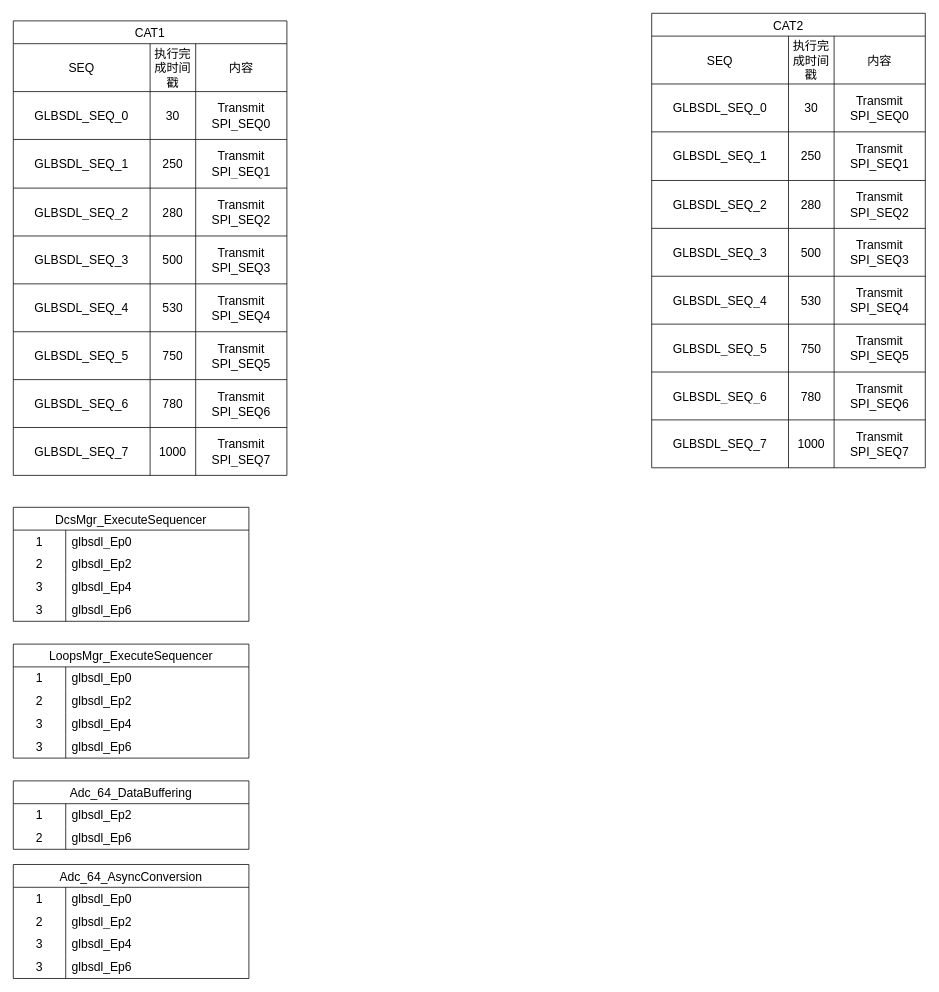
The draw.io diagram glbsdl.drawio in woshitanwang/pics_procdure, before the edit. Source tidied: cells renumbered, new cells numbered last; positions are measured from the earlier drawing's top-left corner, leaving out a move shared by most shapes. Both pictures are drawn from the tidied source at 76%, with x=0, y=0 at pixel (13, 13).
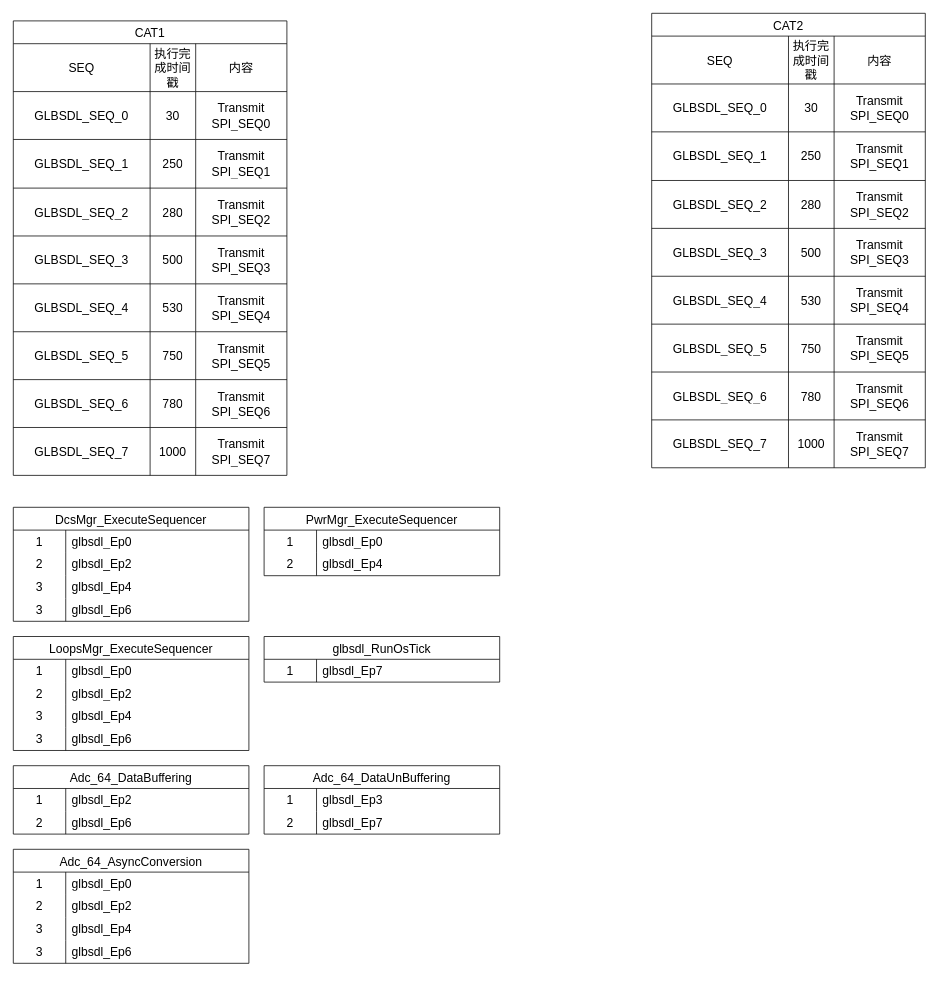
The same page after the edit.

What changed in the source:
```diff
@@
     <mxCell id="89" value="LoopsMgr_ExecuteSequencer" style="shape=table;startSize=30;childLayout=tableLayout;rowLines=0;fontStyle=0;strokeColor=default;fontSize=16;" parent="1" vertex="1">
-      <mxGeometry y="830" width="310" height="150" as="geometry" />
+      <mxGeometry y="820" width="310" height="150" as="geometry" />
     </mxCell>
@@
     <mxCell id="102" value="Adc_64_DataBuffering" style="shape=table;startSize=30;childLayout=tableLayout;rowLines=0;fontStyle=0;strokeColor=default;fontSize=16;" parent="1" vertex="1">
-      <mxGeometry y="1010" width="310" height="90" as="geometry" />
+      <mxGeometry y="990" width="310" height="90" as="geometry" />
     </mxCell>
@@
     <mxCell id="109" value="Adc_64_AsyncConversion" style="shape=table;startSize=30;childLayout=tableLayout;rowLines=0;fontStyle=0;strokeColor=default;fontSize=16;" parent="1" vertex="1">
-      <mxGeometry y="1120" width="310" height="150" as="geometry" />
+      <mxGeometry y="1100" width="310" height="150" as="geometry" />
     </mxCell>
@@
+    <mxCell id="122" value="Adc_64_DataUnBuffering" style="shape=table;startSize=30;childLayout=tableLayout;rowLines=0;fontStyle=0;strokeColor=default;fontSize=16;" parent="1" vertex="1">
+      <mxGeometry x="330" y="990" width="310" height="90" as="geometry" />
+    </mxCell>
+    <mxCell id="123" style="shape=tableRow;horizontal=0;startSize=0;swimlaneHead=0;swimlaneBody=0;top=0;left=0;bottom=0;right=0;fillColor=none;strokeColor=inherit;fontSize=16;" parent="122" vertex="1">
+      <mxGeometry y="30" width="310" height="30" as="geometry" />
+    </mxCell>
+    <mxCell id="124" value="1" style="shape=partialRectangle;html=1;whiteSpace=wrap;fillColor=none;top=0;left=0;bottom=0;right=0;overflow=hidden;strokeColor=inherit;fontSize=16;" parent="123" vertex="1">
+      <mxGeometry width="69" height="30" as="geometry" />
+    </mxCell>
+    <mxCell id="125" value="glbsdl_Ep3" style="shape=partialRectangle;html=1;whiteSpace=wrap;fillColor=none;top=0;left=0;bottom=0;right=0;align=left;spacingLeft=6;overflow=hidden;strokeColor=inherit;fontSize=16;" parent="123" vertex="1">
+      <mxGeometry x="69" width="241" height="30" as="geometry" />
+    </mxCell>
+    <mxCell id="126" style="shape=tableRow;horizontal=0;startSize=0;swimlaneHead=0;swimlaneBody=0;top=0;left=0;bottom=0;right=0;fillColor=none;strokeColor=inherit;fontSize=16;" parent="122" vertex="1">
+      <mxGeometry y="60" width="310" height="30" as="geometry" />
+    </mxCell>
+    <mxCell id="127" value="2" style="shape=partialRectangle;html=1;whiteSpace=wrap;fillColor=none;top=0;left=0;bottom=0;right=0;overflow=hidden;strokeColor=inherit;fontSize=16;" parent="126" vertex="1">
+      <mxGeometry width="69" height="30" as="geometry" />
+    </mxCell>
+    <mxCell id="128" value="glbsdl_Ep7" style="shape=partialRectangle;html=1;whiteSpace=wrap;fillColor=none;top=0;left=0;bottom=0;right=0;align=left;spacingLeft=6;overflow=hidden;strokeColor=inherit;fontSize=16;" parent="126" vertex="1">
+      <mxGeometry x="69" width="241" height="30" as="geometry" />
+    </mxCell>
+    <mxCell id="129" value="glbsdl_RunOsTick" style="shape=table;startSize=30;childLayout=tableLayout;rowLines=0;fontStyle=0;strokeColor=default;fontSize=16;" parent="1" vertex="1">
+      <mxGeometry x="330" y="820" width="310" height="60" as="geometry" />
+    </mxCell>
+    <mxCell id="130" style="shape=tableRow;horizontal=0;startSize=0;swimlaneHead=0;swimlaneBody=0;top=0;left=0;bottom=0;right=0;fillColor=none;strokeColor=inherit;fontSize=16;" parent="129" vertex="1">
+      <mxGeometry y="30" width="310" height="30" as="geometry" />
+    </mxCell>
+    <mxCell id="131" value="1" style="shape=partialRectangle;html=1;whiteSpace=wrap;fillColor=none;top=0;left=0;bottom=0;right=0;overflow=hidden;strokeColor=inherit;fontSize=16;" parent="130" vertex="1">
+      <mxGeometry width="69" height="30" as="geometry" />
+    </mxCell>
+    <mxCell id="132" value="glbsdl_Ep7" style="shape=partialRectangle;html=1;whiteSpace=wrap;fillColor=none;top=0;left=0;bottom=0;right=0;align=left;spacingLeft=6;overflow=hidden;strokeColor=inherit;fontSize=16;" parent="130" vertex="1">
+      <mxGeometry x="69" width="241" height="30" as="geometry" />
+    </mxCell>
+    <mxCell id="133" value="PwrMgr_ExecuteSequencer" style="shape=table;startSize=30;childLayout=tableLayout;rowLines=0;fontStyle=0;strokeColor=default;fontSize=16;" parent="1" vertex="1">
+      <mxGeometry x="330" y="650" width="310" height="90" as="geometry" />
+    </mxCell>
+    <mxCell id="134" style="shape=tableRow;horizontal=0;startSize=0;swimlaneHead=0;swimlaneBody=0;top=0;left=0;bottom=0;right=0;fillColor=none;strokeColor=inherit;fontSize=16;" parent="133" vertex="1">
+      <mxGeometry y="30" width="310" height="30" as="geometry" />
+    </mxCell>
+    <mxCell id="135" value="1" style="shape=partialRectangle;html=1;whiteSpace=wrap;fillColor=none;top=0;left=0;bottom=0;right=0;overflow=hidden;strokeColor=inherit;fontSize=16;" parent="134" vertex="1">
+      <mxGeometry width="69" height="30" as="geometry" />
+    </mxCell>
+    <mxCell id="136" value="glbsdl_Ep0" style="shape=partialRectangle;html=1;whiteSpace=wrap;fillColor=none;top=0;left=0;bottom=0;right=0;align=left;spacingLeft=6;overflow=hidden;strokeColor=inherit;fontSize=16;" parent="134" vertex="1">
+      <mxGeometry x="69" width="241" height="30" as="geometry" />
+    </mxCell>
+    <mxCell id="137" style="shape=tableRow;horizontal=0;startSize=0;swimlaneHead=0;swimlaneBody=0;top=0;left=0;bottom=0;right=0;fillColor=none;strokeColor=inherit;fontSize=16;" parent="133" vertex="1">
+      <mxGeometry y="60" width="310" height="30" as="geometry" />
+    </mxCell>
+    <mxCell id="138" value="2" style="shape=partialRectangle;html=1;whiteSpace=wrap;fillColor=none;top=0;left=0;bottom=0;right=0;overflow=hidden;strokeColor=inherit;fontSize=16;" parent="137" vertex="1">
+      <mxGeometry width="69" height="30" as="geometry" />
+    </mxCell>
+    <mxCell id="139" value="glbsdl_Ep4" style="shape=partialRectangle;html=1;whiteSpace=wrap;fillColor=none;top=0;left=0;bottom=0;right=0;align=left;spacingLeft=6;overflow=hidden;strokeColor=inherit;fontSize=16;" parent="137" vertex="1">
+      <mxGeometry x="69" width="241" height="30" as="geometry" />
+    </mxCell>
```
